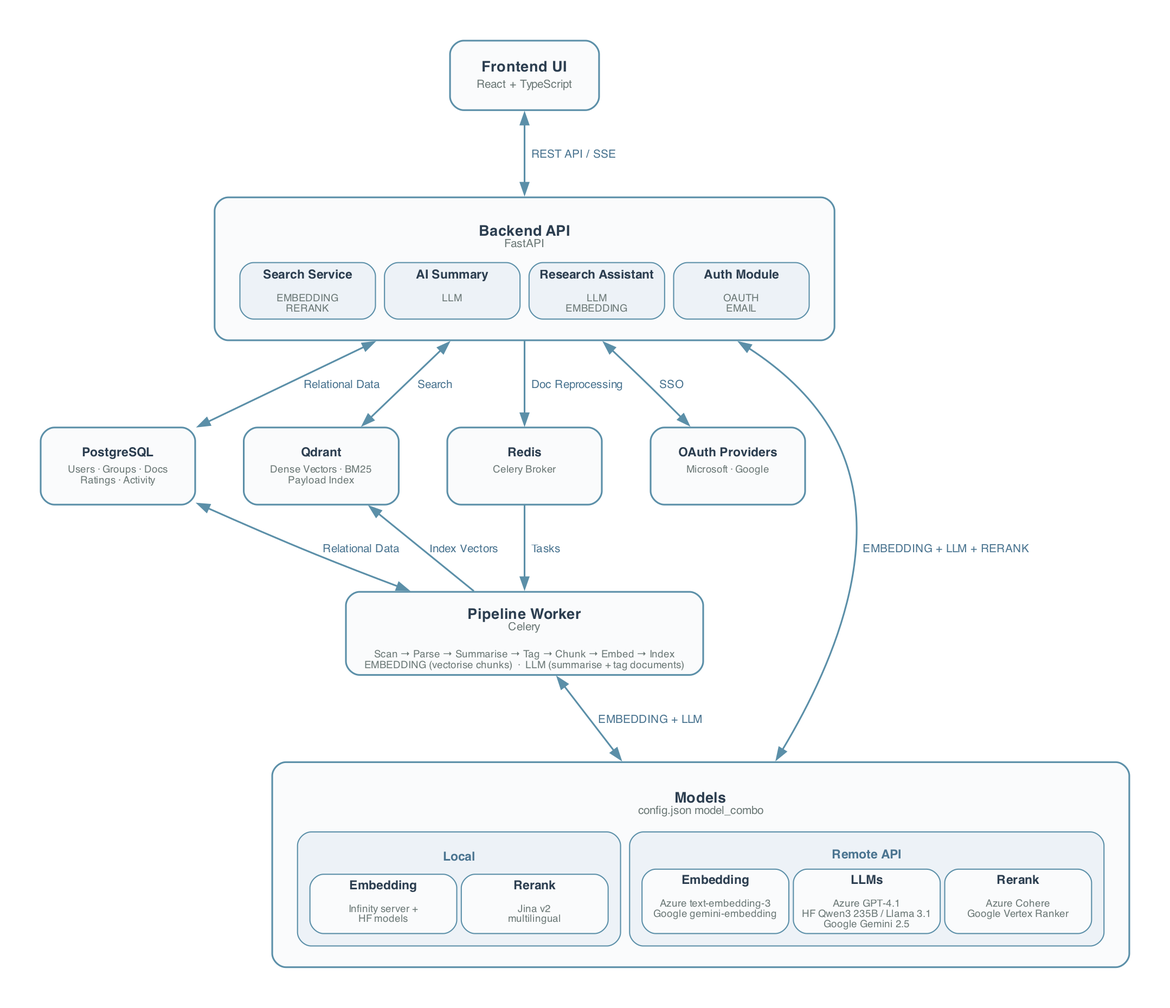
The Graphviz diagram docs/images/admin/architecture/app-architecture.png in dividor/evidencelab, before a commit. Its source is kept beside it as docs/images/admin/architecture/app-architecture.dot.
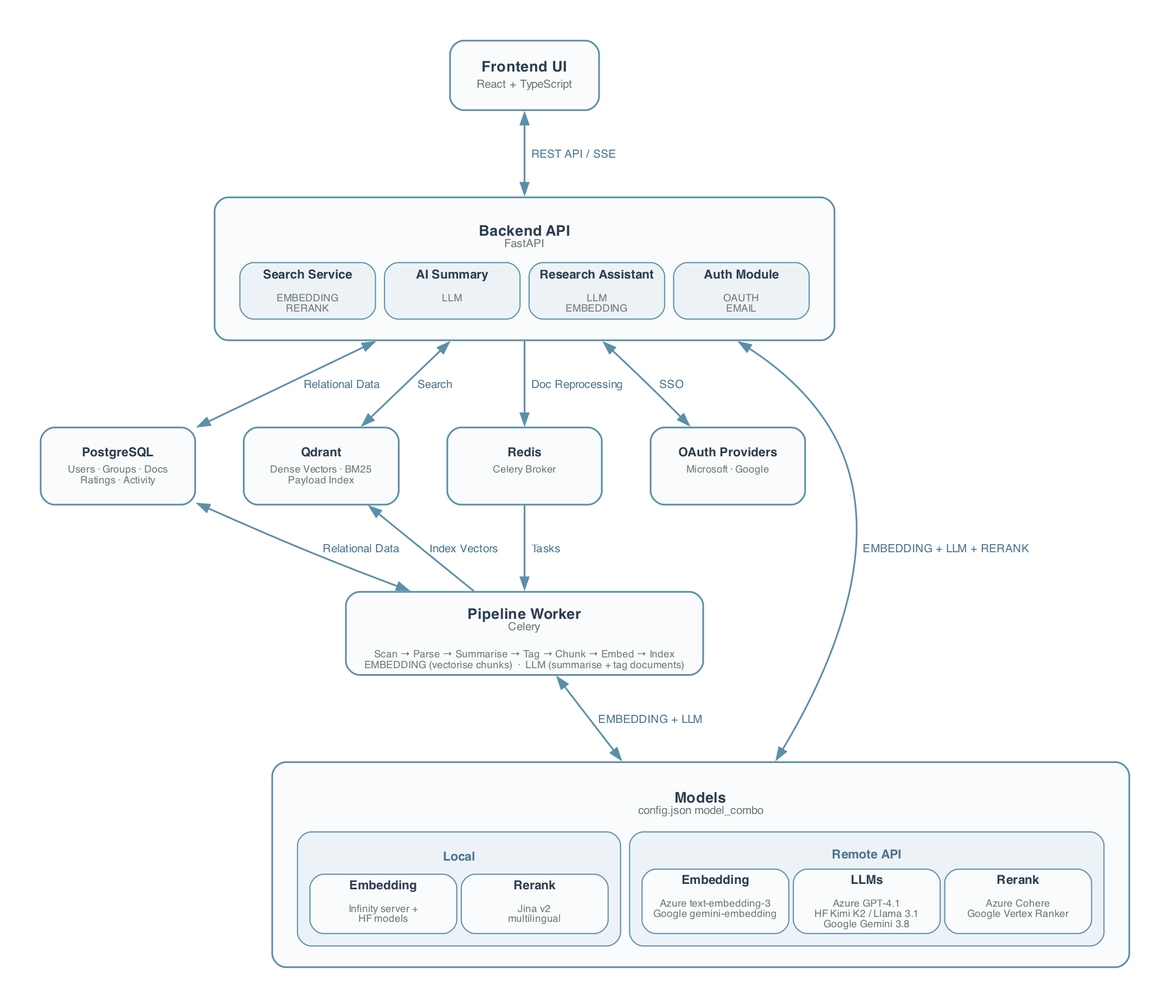
The same file after the commit.

Commit message:
fix(models): replace the retired Qwen3-235B with Kimi K2 on Hugging Face

Change to the diagram source:
```diff
@@ -103,7 +103,7 @@
                 <TR><TD COLSPAN="3" ALIGN="CENTER"><FONT FACE="Helvetica" COLOR="#4A7490" POINT-SIZE="11"><B>Remote API</B></FONT></TD></TR>
                 <TR>
                     <TD BGCOLOR="#fafbfc" BORDER="1" COLOR="#5B8FA8" STYLE="ROUNDED" ALIGN="CENTER" VALIGN="TOP" WIDTH="130"><FONT FACE="Helvetica" COLOR="#2C3E50" POINT-SIZE="11"><B>Embedding</B></FONT><BR/><BR/><FONT FACE="Helvetica" COLOR="#6B7876" POINT-SIZE="9">Azure text-embedding-3<BR/>Google gemini-embedding</FONT></TD>
-                    <TD BGCOLOR="#fafbfc" BORDER="1" COLOR="#5B8FA8" STYLE="ROUNDED" ALIGN="CENTER" VALIGN="TOP" WIDTH="130"><FONT FACE="Helvetica" COLOR="#2C3E50" POINT-SIZE="11"><B>LLMs</B></FONT><BR/><BR/><FONT FACE="Helvetica" COLOR="#6B7876" POINT-SIZE="9">Azure GPT-4.1<BR/>HF Qwen3 235B / Llama 3.1<BR/>Google Gemini 2.5</FONT></TD>
+                    <TD BGCOLOR="#fafbfc" BORDER="1" COLOR="#5B8FA8" STYLE="ROUNDED" ALIGN="CENTER" VALIGN="TOP" WIDTH="130"><FONT FACE="Helvetica" COLOR="#2C3E50" POINT-SIZE="11"><B>LLMs</B></FONT><BR/><BR/><FONT FACE="Helvetica" COLOR="#6B7876" POINT-SIZE="9">Azure GPT-4.1<BR/>HF Kimi K2 / Llama 3.1<BR/>Google Gemini 3.8</FONT></TD>
                     <TD BGCOLOR="#fafbfc" BORDER="1" COLOR="#5B8FA8" STYLE="ROUNDED" ALIGN="CENTER" VALIGN="TOP" WIDTH="130"><FONT FACE="Helvetica" COLOR="#2C3E50" POINT-SIZE="11"><B>Rerank</B></FONT><BR/><BR/><FONT FACE="Helvetica" COLOR="#6B7876" POINT-SIZE="9">Azure Cohere<BR/>Google Vertex Ranker</FONT></TD>
                 </TR>
                 </TABLE>
```
